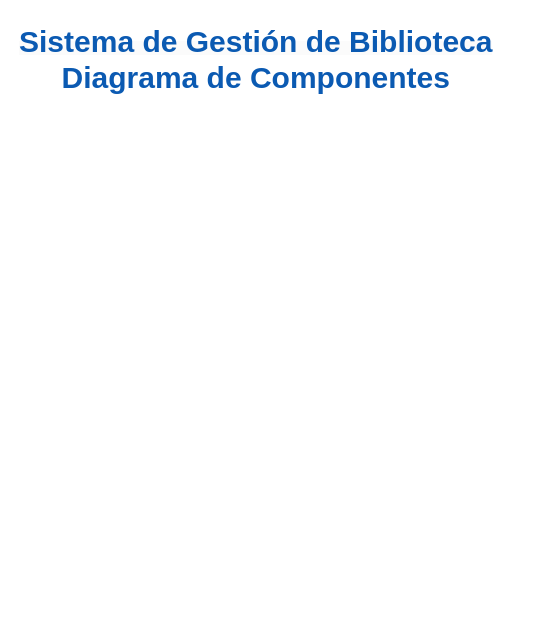
Before: page "Componentes" (5 of 5) of Biblioteca.drawio in jeacevedo92/Diagramas-Arquitectura, a draw.io diagram. Source tidied: cells renumbered, new cells numbered last; positions are measured from the earlier drawing's top-left corner, leaving out a move shared by most shapes. Both pictures are drawn from the tidied source at 100%, with x=0, y=0 at pixel (17, 17).
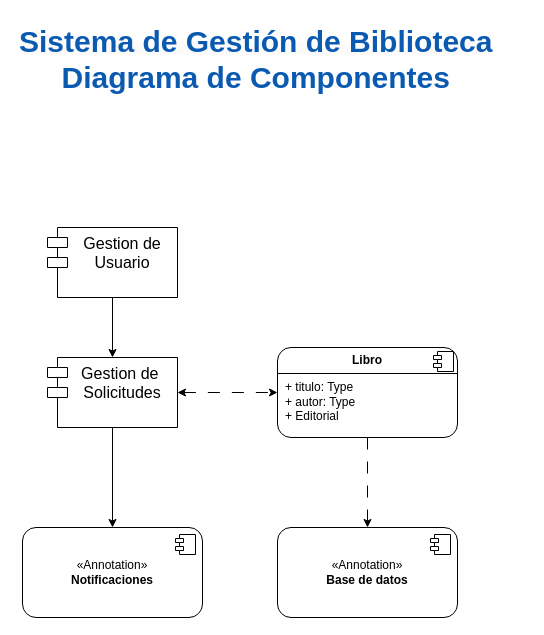
The same diagram, later.

Change to the diagram source:
```diff
@@
 <mxGraphModel>
   <root>
     <mxCell id="0" />
     <mxCell id="1" parent="0" />
     <mxCell id="2" value="&lt;b style=&quot;forced-color-adjust: none; color: rgb(11, 90, 178); font-family: Helvetica; font-size: 12px; font-style: normal; font-variant-ligatures: no-common-ligatures; font-variant-caps: normal; letter-spacing: normal; orphans: 2; text-align: center; text-indent: 0px; text-transform: none; widows: 2; word-spacing: 0px; -webkit-text-stroke: 0px rgb(0, 0, 0); white-space: normal; background-color: rgb(251, 251, 251); text-decoration-thickness: initial; text-decoration-style: initial; text-decoration-color: initial;&quot;&gt;&lt;font style=&quot;forced-color-adjust: none; font-size: 30px;&quot;&gt;Sistema de Gestión de Biblioteca&lt;/font&gt;&lt;/b&gt;&lt;div style=&quot;text-align: center;&quot;&gt;&lt;font color=&quot;#0b5ab2&quot;&gt;&lt;span style=&quot;font-size: 30px; font-variant-ligatures: no-common-ligatures;&quot;&gt;&lt;b&gt;Diagrama de Componentes&lt;/b&gt;&lt;/span&gt;&lt;/font&gt;&lt;/div&gt;" style="text;whiteSpace=wrap;html=1;" parent="1" vertex="1">
       <mxGeometry width="510" height="60" as="geometry" />
     </mxCell>
+    <mxCell id="3" style="edgeStyle=orthogonalEdgeStyle;rounded=1;jettySize=auto;html=1;entryX=0.5;entryY=0;entryDx=0;entryDy=0;" parent="1" edge="1" source="4" target="7">
+      <mxGeometry relative="1" as="geometry" />
+    </mxCell>
+    <mxCell id="4" value="&lt;font style=&quot;font-size: 16px;&quot;&gt;Gestion de Usuario&lt;/font&gt;" style="shape=module;align=left;spacingLeft=20;align=center;verticalAlign=top;whiteSpace=wrap;html=1;rounded=1;" parent="1" vertex="1">
+      <mxGeometry x="30" y="210" width="130" height="70" as="geometry" />
+    </mxCell>
+    <mxCell id="5" style="edgeStyle=orthogonalEdgeStyle;rounded=1;jettySize=auto;html=1;entryX=0;entryY=0.5;entryDx=0;entryDy=0;dashed=1;dashPattern=12 12;startArrow=classic;startFill=1;" parent="1" edge="1" source="7" target="11">
+      <mxGeometry relative="1" as="geometry" />
+    </mxCell>
+    <mxCell id="6" style="edgeStyle=orthogonalEdgeStyle;rounded=1;jettySize=auto;html=1;entryX=0.5;entryY=0;entryDx=0;entryDy=0;" parent="1" edge="1" source="7" target="8">
+      <mxGeometry relative="1" as="geometry" />
+    </mxCell>
+    <mxCell id="7" value="&lt;div&gt;&lt;font style=&quot;font-size: 16px;&quot;&gt;Gestion de&amp;nbsp;&lt;br&gt;Solicitudes&lt;/font&gt;&lt;/div&gt;" style="shape=module;align=left;spacingLeft=20;align=center;verticalAlign=top;whiteSpace=wrap;html=1;rounded=1;" parent="1" vertex="1">
+      <mxGeometry x="30" y="340" width="130" height="70" as="geometry" />
+    </mxCell>
+    <mxCell id="8" value="«Annotation»&lt;br&gt;&lt;b&gt;Notificaciones&lt;/b&gt;" style="html=1;whiteSpace=wrap;rounded=1;" parent="1" vertex="1">
+      <mxGeometry x="5" y="510" width="180" height="90" as="geometry" />
+    </mxCell>
+    <mxCell id="9" style="shape=module;jettyWidth=8;jettyHeight=4;rounded=1;" parent="8" vertex="1">
+      <mxGeometry x="1" width="20" height="20" relative="1" as="geometry">
+        <mxPoint x="-27" y="7" as="offset" />
+      </mxGeometry>
+    </mxCell>
+    <mxCell id="10" style="edgeStyle=orthogonalEdgeStyle;rounded=1;jettySize=auto;html=1;entryX=0.5;entryY=0;entryDx=0;entryDy=0;dashed=1;dashPattern=12 12;" parent="1" edge="1" source="11" target="13">
+      <mxGeometry relative="1" as="geometry" />
+    </mxCell>
+    <mxCell id="11" value="&lt;p style=&quot;margin:0px;margin-top:6px;text-align:center;&quot;&gt;&lt;b&gt;Libro&lt;/b&gt;&lt;/p&gt;&lt;hr size=&quot;1&quot; style=&quot;border-style:solid;&quot;&gt;&lt;p style=&quot;margin:0px;margin-left:8px;&quot;&gt;+ titulo: Type&lt;br&gt;+ autor: Type&lt;/p&gt;&lt;p style=&quot;margin:0px;margin-left:8px;&quot;&gt;+ Editorial&lt;/p&gt;" style="align=left;overflow=fill;html=1;whiteSpace=wrap;rounded=1;" parent="1" vertex="1">
+      <mxGeometry x="260" y="330" width="180" height="90" as="geometry" />
+    </mxCell>
+    <mxCell id="12" style="shape=component;jettyWidth=8;jettyHeight=4;rounded=1;" parent="11" vertex="1">
+      <mxGeometry x="1" width="20" height="20" relative="1" as="geometry">
+        <mxPoint x="-24" y="4" as="offset" />
+      </mxGeometry>
+    </mxCell>
+    <mxCell id="13" value="«Annotation»&lt;br&gt;&lt;b&gt;Base de datos&lt;/b&gt;" style="html=1;whiteSpace=wrap;rounded=1;" parent="1" vertex="1">
+      <mxGeometry x="260" y="510" width="180" height="90" as="geometry" />
+    </mxCell>
+    <mxCell id="14" style="shape=module;jettyWidth=8;jettyHeight=4;rounded=1;" parent="13" vertex="1">
+      <mxGeometry x="1" width="20" height="20" relative="1" as="geometry">
+        <mxPoint x="-27" y="7" as="offset" />
+      </mxGeometry>
+    </mxCell>
   </root>
 </mxGraphModel>
```
